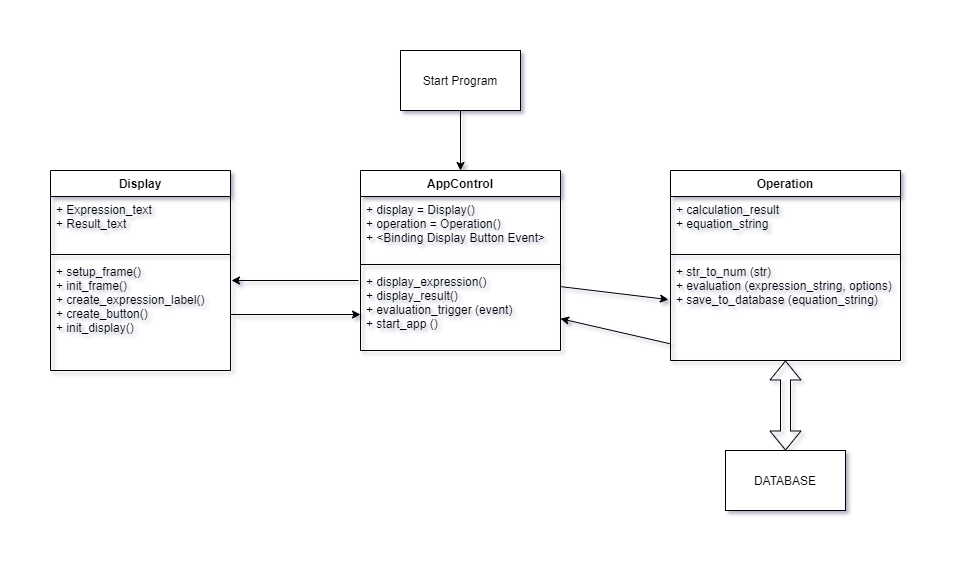
HoangNKQ/TkCalculator keeps this draw.io diagram as Diagram.png. Above is the earlier version. Source tidied: cells renumbered, new cells last; positions are measured from the earlier drawing's top-left corner, leaving out a move shared by most shapes.
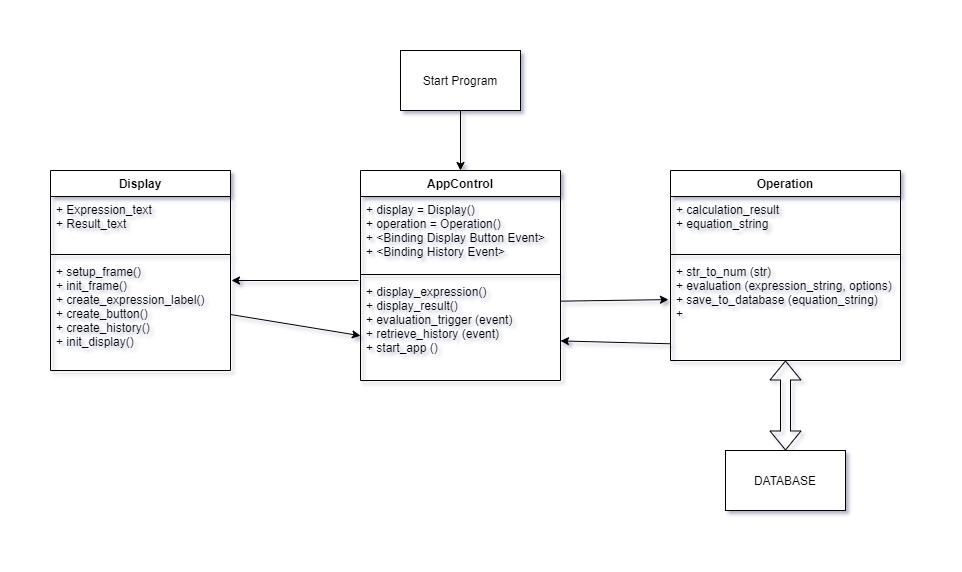
After the change.

Change to the diagram source:
```diff
@@ -11,20 +11,20 @@
     <mxCell id="4" style="line;strokeWidth=1;fillColor=none;align=left;verticalAlign=middle;spacingTop=-1;spacingLeft=3;spacingRight=3;labelPosition=right;" parent="2" vertex="1">
       <mxGeometry y="80" width="180" height="8" as="geometry" />
     </mxCell>
-    <mxCell id="5" value="+ setup_frame()&#10;+ init_frame()&#10;+ create_expression_label()&#10;+ create_button()&#10;+ init_display()&#10;" style="text;strokeColor=none;fillColor=none;align=left;verticalAlign=top;spacingLeft=4;spacingRight=4;overflow=hidden;points=[[0,0.5],[1,0.5]];portConstraint=eastwest;" parent="2" vertex="1">
+    <mxCell id="5" value="+ setup_frame()&#10;+ init_frame()&#10;+ create_expression_label()&#10;+ create_button()&#10;+ create_history()&#10;+ init_display()&#10;" style="text;strokeColor=none;fillColor=none;align=left;verticalAlign=top;spacingLeft=4;spacingRight=4;overflow=hidden;points=[[0,0.5],[1,0.5]];portConstraint=eastwest;" parent="2" vertex="1">
       <mxGeometry y="88" width="180" height="112" as="geometry" />
     </mxCell>
     <mxCell id="6" value="AppControl" style="swimlane;fontStyle=1;align=center;verticalAlign=top;horizontal=1;startSize=26;" parent="1" vertex="1">
-      <mxGeometry x="310" y="120" width="200" height="180" as="geometry" />
+      <mxGeometry x="310" y="120" width="200" height="210" as="geometry" />
     </mxCell>
-    <mxCell id="7" value="+ display = Display()&#10;+ operation = Operation()&#10;+ &lt;Binding Display Button Event&gt;" style="text;strokeColor=none;fillColor=none;align=left;verticalAlign=top;spacingLeft=4;spacingRight=4;overflow=hidden;" parent="6" vertex="1">
-      <mxGeometry y="26" width="200" height="64" as="geometry" />
+    <mxCell id="7" value="+ display = Display()&#10;+ operation = Operation()&#10;+ &lt;Binding Display Button Event&gt;&#10;+ &lt;Binding History Event&gt;" style="text;strokeColor=none;fillColor=none;align=left;verticalAlign=top;spacingLeft=4;spacingRight=4;overflow=hidden;" parent="6" vertex="1">
+      <mxGeometry y="26" width="200" height="74" as="geometry" />
     </mxCell>
     <mxCell id="8" style="line;strokeWidth=1;fillColor=none;align=left;verticalAlign=middle;spacingTop=-1;spacingLeft=3;spacingRight=3;labelPosition=right;" parent="6" vertex="1">
-      <mxGeometry y="90" width="200" height="8" as="geometry" />
+      <mxGeometry y="100" width="200" height="8" as="geometry" />
     </mxCell>
-    <mxCell id="9" value="+ display_expression()&#10;+ display_result() &#10;+ evaluation_trigger (event)&#10;+ start_app ()" style="text;strokeColor=none;fillColor=none;align=left;verticalAlign=top;spacingLeft=4;spacingRight=4;overflow=hidden;points=[[0,0.5],[1,0.5]];portConstraint=eastwest;" parent="6" vertex="1">
-      <mxGeometry y="98" width="200" height="82" as="geometry" />
+    <mxCell id="9" value="+ display_expression()&#10;+ display_result() &#10;+ evaluation_trigger (event)&#10;+ retrieve_history (event)&#10;+ start_app ()" style="text;strokeColor=none;fillColor=none;align=left;verticalAlign=top;spacingLeft=4;spacingRight=4;overflow=hidden;points=[[0,0.5],[1,0.5]];portConstraint=eastwest;" parent="6" vertex="1">
+      <mxGeometry y="108" width="200" height="102" as="geometry" />
     </mxCell>
     <mxCell id="10" value="Operation" style="swimlane;fontStyle=1;align=center;verticalAlign=top;horizontal=1;startSize=26;" parent="1" vertex="1">
       <mxGeometry x="620" y="120" width="230" height="190" as="geometry" />
@@ -35,7 +35,7 @@
     <mxCell id="12" style="line;strokeWidth=1;fillColor=none;align=left;verticalAlign=middle;spacingTop=-1;spacingLeft=3;spacingRight=3;labelPosition=right;" parent="10" vertex="1">
       <mxGeometry y="80" width="230" height="8" as="geometry" />
     </mxCell>
-    <mxCell id="13" value="+ str_to_num (str)&#10;+ evaluation (expression_string, options)&#10;+ save_to_database (equation_string)" style="text;strokeColor=none;fillColor=none;align=left;verticalAlign=top;spacingLeft=4;spacingRight=4;overflow=hidden;points=[[0,0.5],[1,0.5]];portConstraint=eastwest;" parent="10" vertex="1">
+    <mxCell id="13" value="+ str_to_num (str)&#10;+ evaluation (expression_string, options)&#10;+ save_to_database (equation_string)&#10;+ " style="text;strokeColor=none;fillColor=none;align=left;verticalAlign=top;spacingLeft=4;spacingRight=4;overflow=hidden;points=[[0,0.5],[1,0.5]];portConstraint=eastwest;" parent="10" vertex="1">
       <mxGeometry y="88" width="230" height="102" as="geometry" />
     </mxCell>
     <mxCell id="14" value="Start Program" style="rounded=0;whiteSpace=wrap;html=1;" parent="1" vertex="1">
```
